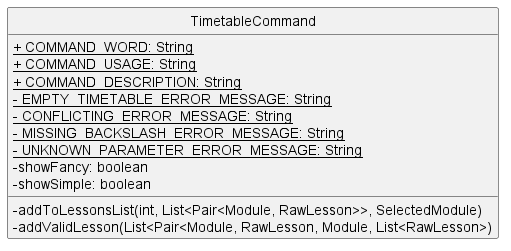
This is docs/images/TimetableCommandClass.png from nus-cs2113-AY2223S1/tp, a PlantUML export, as it was before one commit.
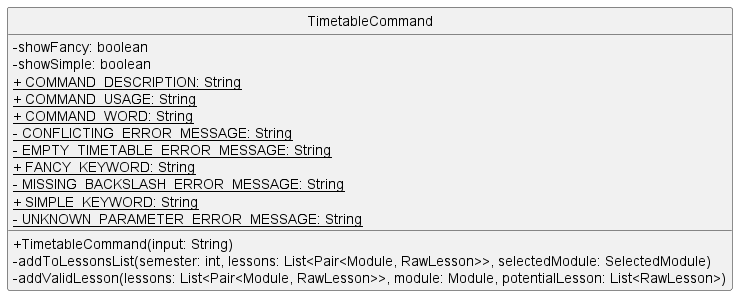
After the commit.

Change to the diagram source:
```diff
@@ -3,17 +3,20 @@
 skinparam classAttributeIconSize 0
 
 class TimetableCommand {
-    <u>+ COMMAND_WORD: String
-    <u>+ COMMAND_USAGE: String
-    <u>+ COMMAND_DESCRIPTION: String
-    <u>- EMPTY_TIMETABLE_ERROR_MESSAGE: String
-    <u>- CONFLICTING_ERROR_MESSAGE: String
-    <u>- MISSING_BACKSLASH_ERROR_MESSAGE: String
-    <u>- UNKNOWN_PARAMETER_ERROR_MESSAGE: String
     - showFancy: boolean
     - showSimple: boolean
+    <u>+ COMMAND_DESCRIPTION: String
+    <u>+ COMMAND_USAGE: String
+    <u>+ COMMAND_WORD: String
+    <u>- CONFLICTING_ERROR_MESSAGE: String
+    <u>- EMPTY_TIMETABLE_ERROR_MESSAGE: String
+    <u>+ FANCY_KEYWORD: String
+    <u>- MISSING_BACKSLASH_ERROR_MESSAGE: String
+    <u>+ SIMPLE_KEYWORD: String
+    <u>- UNKNOWN_PARAMETER_ERROR_MESSAGE: String
 
-    - addToLessonsList(int, List<Pair<Module, RawLesson>>, SelectedModule)
-    - addValidLesson(List<Pair<Module, RawLesson, Module, List<RawLesson>)
+    + TimetableCommand(input: String)
+    - addToLessonsList(semester: int, lessons: List<Pair<Module, RawLesson>>, selectedModule: SelectedModule)
+    - addValidLesson(lessons: List<Pair<Module, RawLesson>>, module: Module, potentialLesson: List<RawLesson>)
 }
 @enduml
```
